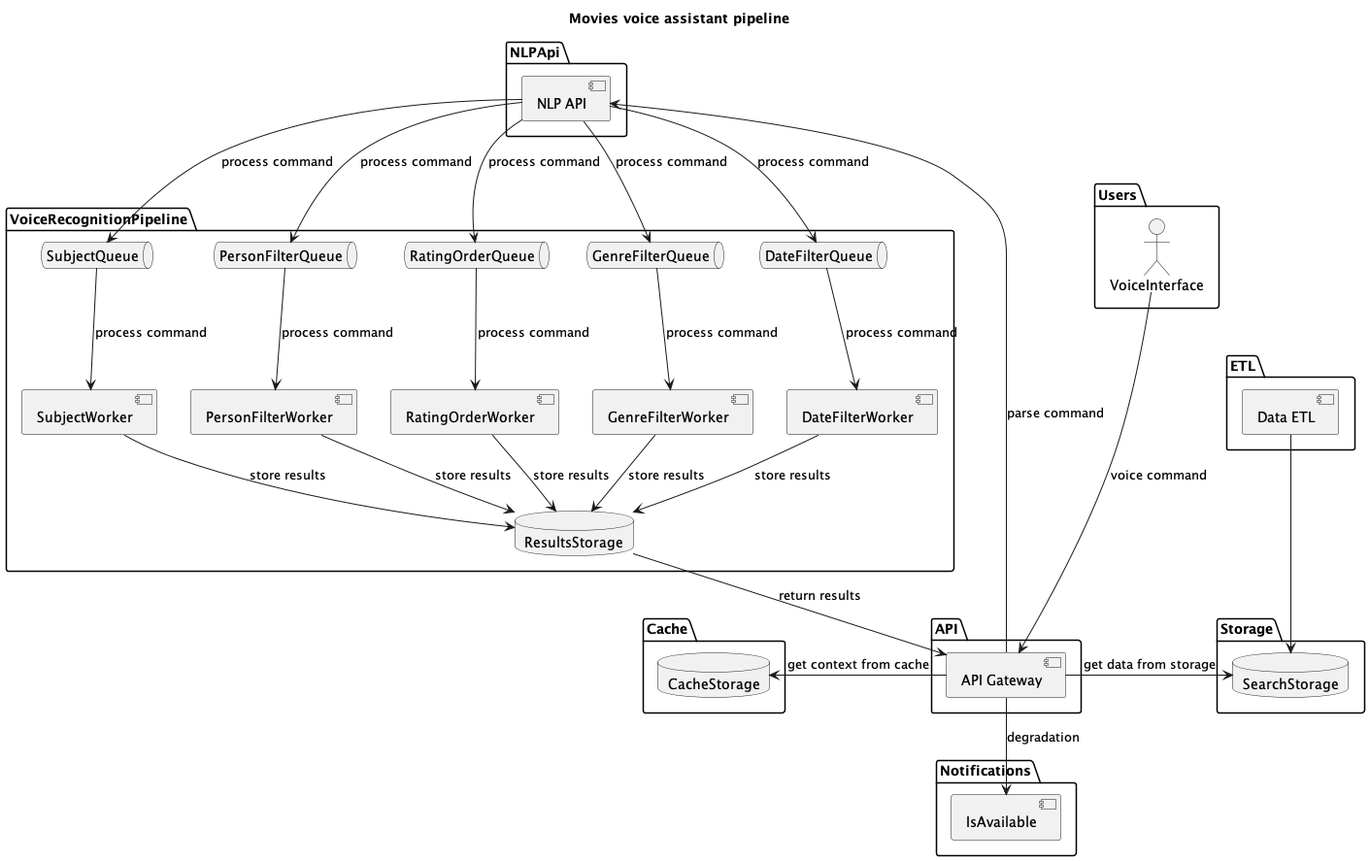
artwist-polyakov/voice_assistant_midpy keeps this PlantUML diagram as docs/s2-project-_b_Movies_voice_assistant_pipeline__b_.png. Above is the earlier version. Its diagram source:
```plantuml
@startuml

title
<b>Movies voice assistant pipeline</b>
end title

package Users {
    actor VoiceInterface

}

package ETL {
    [Data ETL]
}

package API {
    [API Gateway]
}

package Storage {
   database SearchStorage
}

package Cache {
    database CacheStorage
}

package  Notifications {
    [IsAvailable]
}

package NLPApi {
    [NLP API]
}

package VoiceRecognitionPipeline {
    queue SubjectQueue
    queue PersonFilterQueue
    queue RatingOrderQueue
    queue GenreFilterQueue
    queue DateFilterQueue
    database ResultsStorage
    [SubjectWorker]
    [PersonFilterWorker]
    [RatingOrderWorker]
    [GenreFilterWorker]
    [DateFilterWorker]
}

VoiceInterface --down--> [API Gateway] : voice command
[API Gateway] --> [NLP API] : parse command
[NLP API] --> SubjectQueue : process command
[NLP API] --> PersonFilterQueue : process command
[NLP API] --> RatingOrderQueue : process command
[NLP API] --> GenreFilterQueue : process command
[NLP API] --> DateFilterQueue : process command
SubjectQueue --> [SubjectWorker] : process command
PersonFilterQueue --> [PersonFilterWorker] : process command
RatingOrderQueue --> [RatingOrderWorker] : process command
GenreFilterQueue --> [GenreFilterWorker] : process command
DateFilterQueue --> [DateFilterWorker] : process command
[SubjectWorker] --> ResultsStorage : store results
[PersonFilterWorker] --> ResultsStorage : store results
[RatingOrderWorker] --> ResultsStorage : store results
[GenreFilterWorker] --> ResultsStorage : store results
[DateFilterWorker] --> ResultsStorage : store results
ResultsStorage --> [API Gateway] : return results

[API Gateway] -left-> CacheStorage : get context from cache

[API Gateway] -right-> SearchStorage : get data from storage

[Data ETL]  --down-> SearchStorage

[API Gateway] --> [IsAvailable] : degradation

@enduml
```
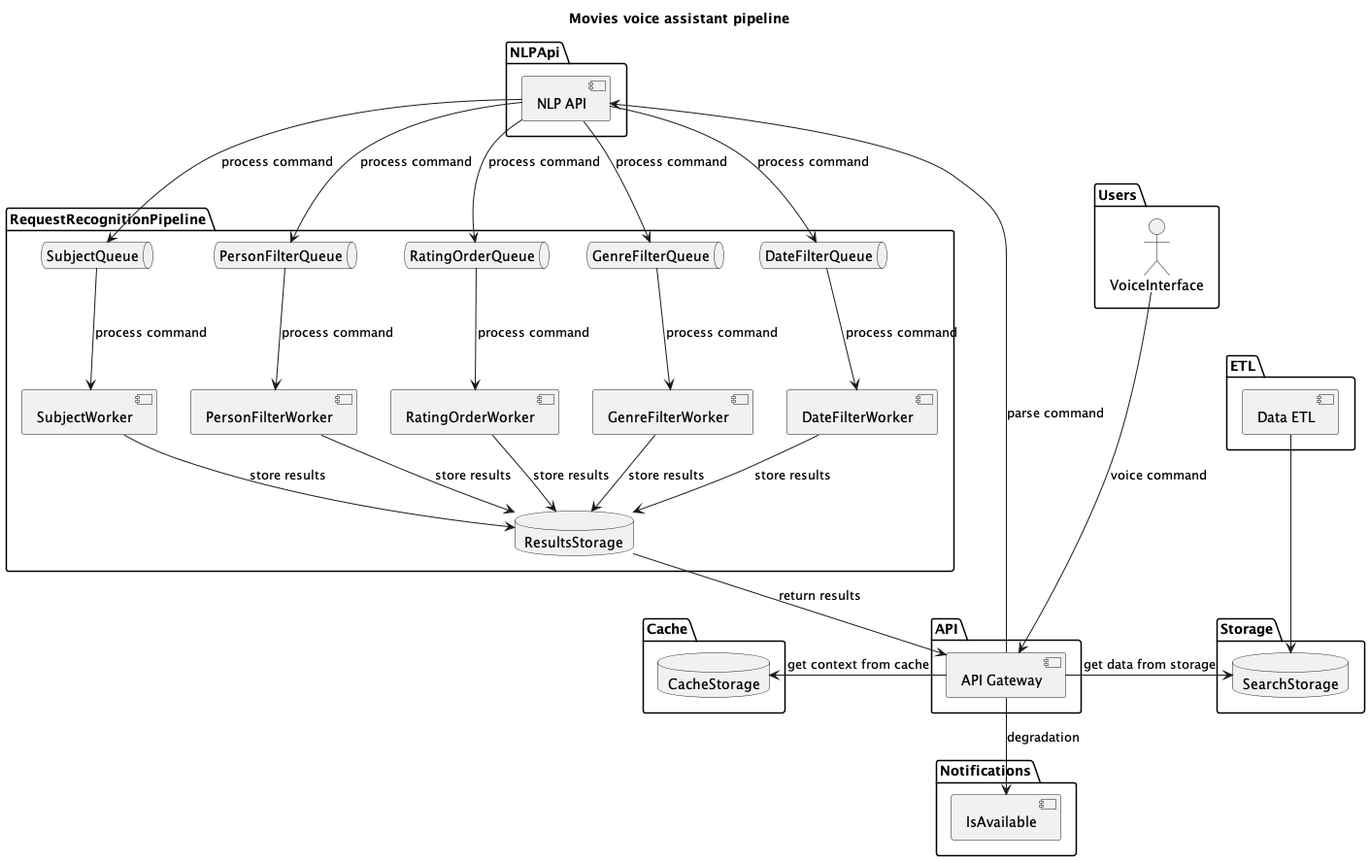
The same file after the commit.

Commit message:
меняет название для пайплайна распознавания текста

What changed in the source:
```diff
@@ -33,7 +33,7 @@
     [NLP API]
 }
 
-package VoiceRecognitionPipeline {
+package RequestRecognitionPipeline {
     queue SubjectQueue
     queue PersonFilterQueue
     queue RatingOrderQueue
```
